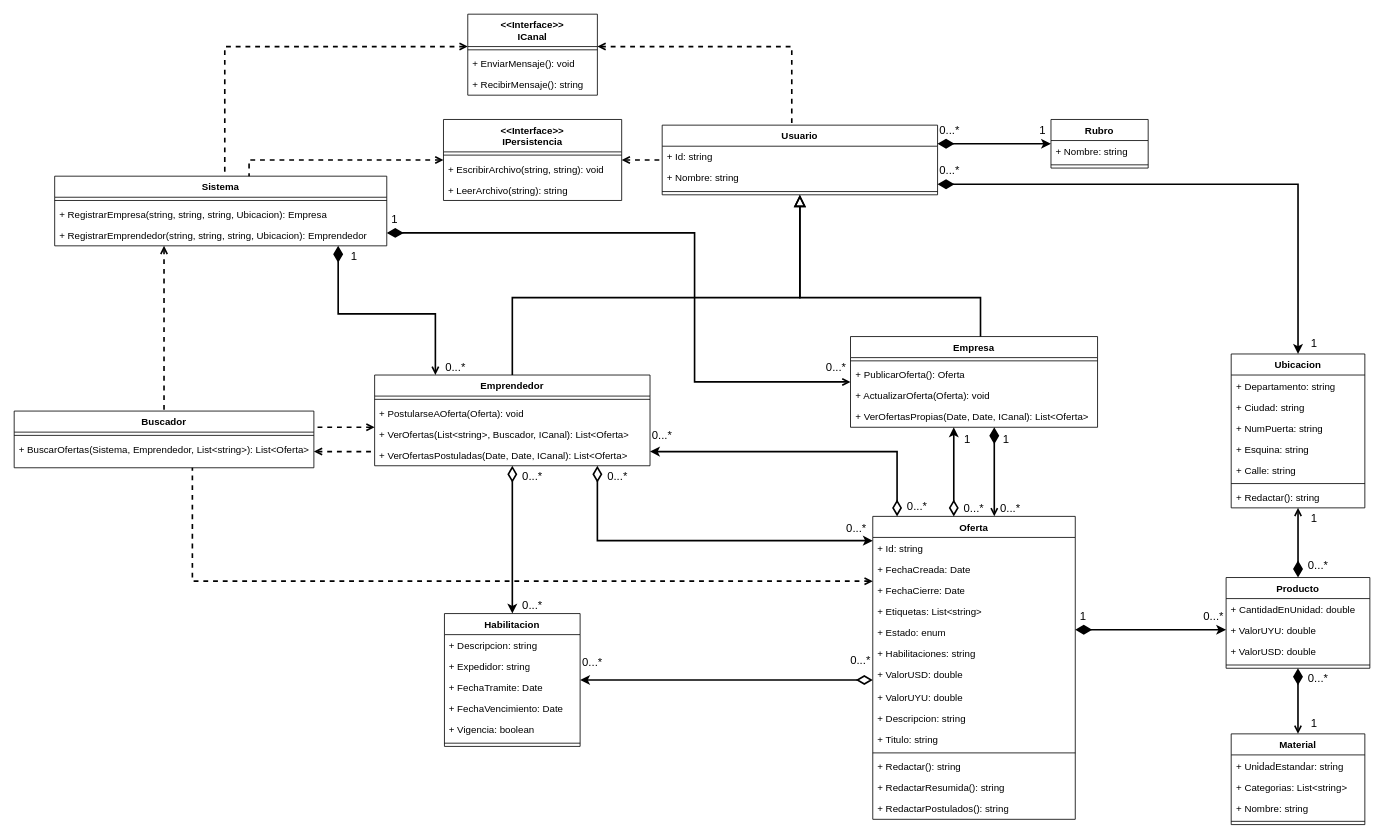
Above: docs/ProyectoFinal_E13_UML(2).drawio in ucudal/PII_2021_2_Equipo13 (draw.io), before the change. Source tidied: cells renumbered, new cells numbered last; positions are measured from the earlier drawing's top-left corner, leaving out a move shared by most shapes. Both pictures are drawn from the tidied source at 81%, with x=0, y=0 at pixel (14, 14).
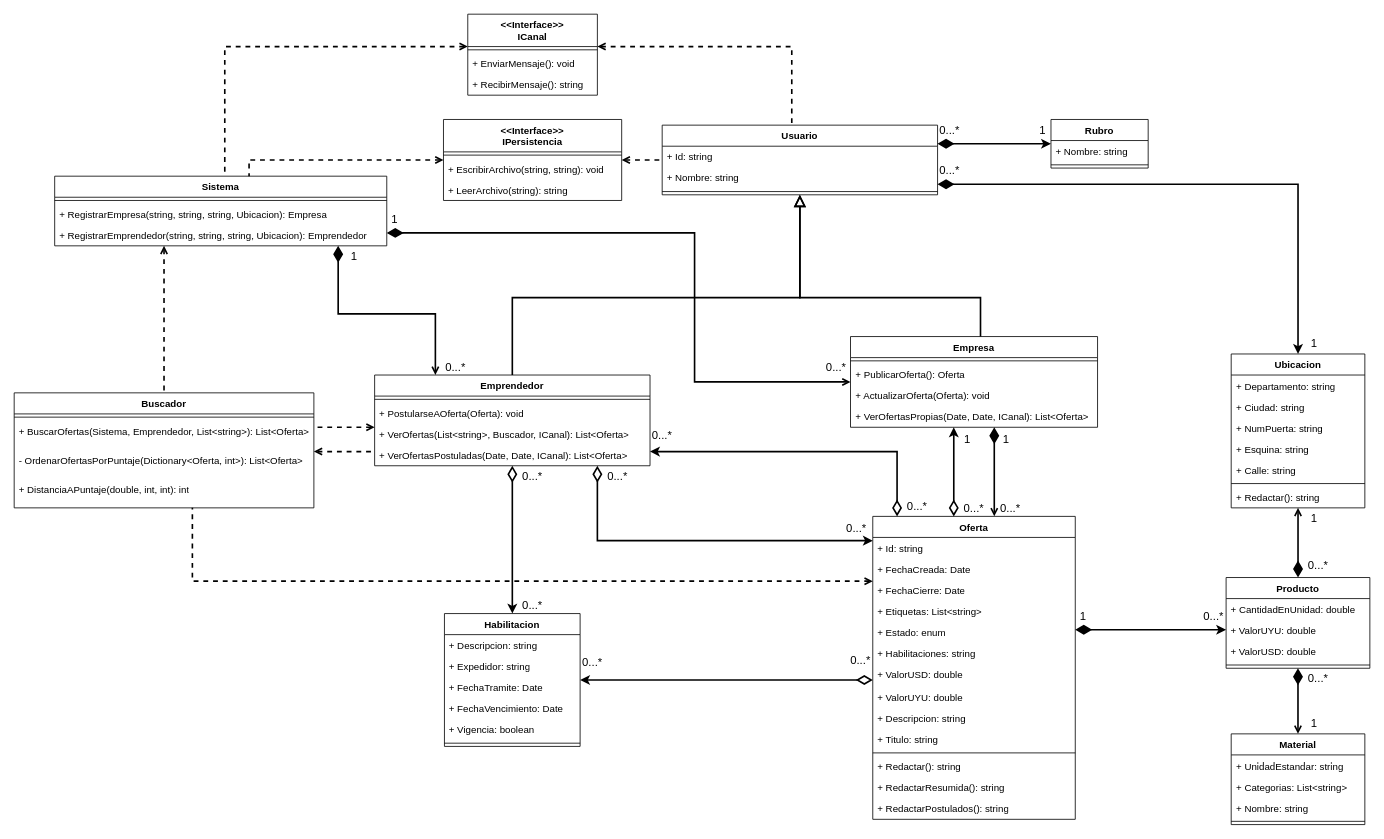
Above is the later version.

What changed in the source:
```diff
@@
     <mxCell id="5" value="Buscador" style="swimlane;fontStyle=1;align=center;verticalAlign=top;horizontal=1;startSize=26;hachureGap=4;" parent="1" vertex="1">
-      <mxGeometry y="490" width="370" height="70" as="geometry" />
+      <mxGeometry y="467.5" width="370" height="142" as="geometry" />
     </mxCell>
@@
+    <mxCell id="123" value="- OrdenarOfertasPorPuntaje(Dictionary&amp;lt;Oferta, int&amp;gt;): List&amp;lt;Oferta&amp;gt;" style="text;html=1;strokeColor=none;fillColor=none;align=left;verticalAlign=top;spacingLeft=4;spacingRight=4;whiteSpace=wrap;overflow=hidden;" parent="5" vertex="1">
+      <mxGeometry y="70" width="370" height="36" as="geometry" />
+    </mxCell>
+    <mxCell id="124" value="+ DistanciaAPuntaje(double, int, int): int" style="text;html=1;strokeColor=none;fillColor=none;align=left;verticalAlign=top;spacingLeft=4;spacingRight=4;whiteSpace=wrap;overflow=hidden;" parent="5" vertex="1">
+      <mxGeometry y="106" width="370" height="36" as="geometry" />
+    </mxCell>
```
